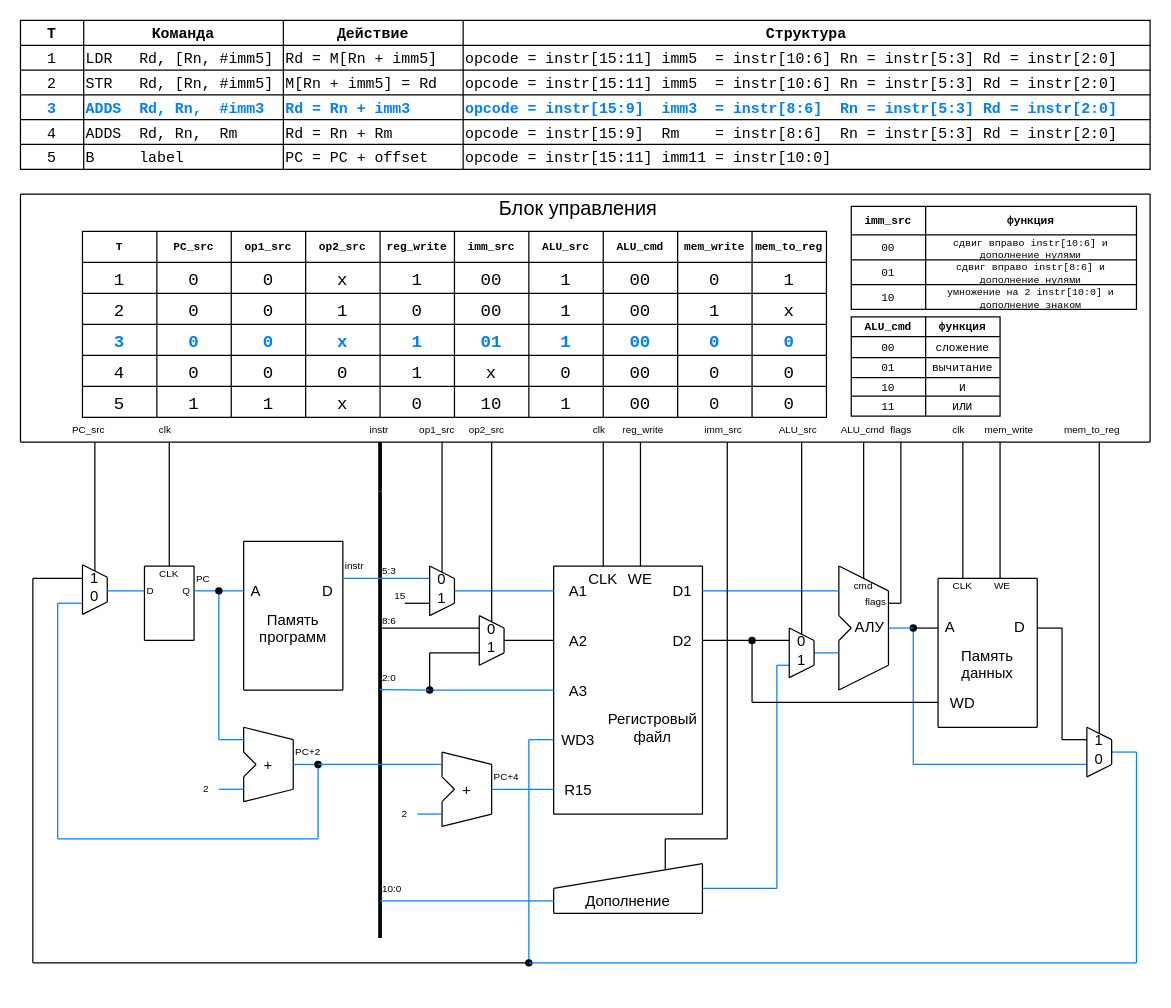
Above: page "T3" (4 of 6) of img/cortex-m0.drawio in smirnovalnik/microprocessor-units-course (draw.io), before the change. Source tidied: cells renumbered, new cells numbered last; positions are measured from the earlier drawing's top-left corner, leaving out a move shared by most shapes. Both pictures are drawn from the tidied source at 124%, with x=0, y=0 at pixel (20, 20).
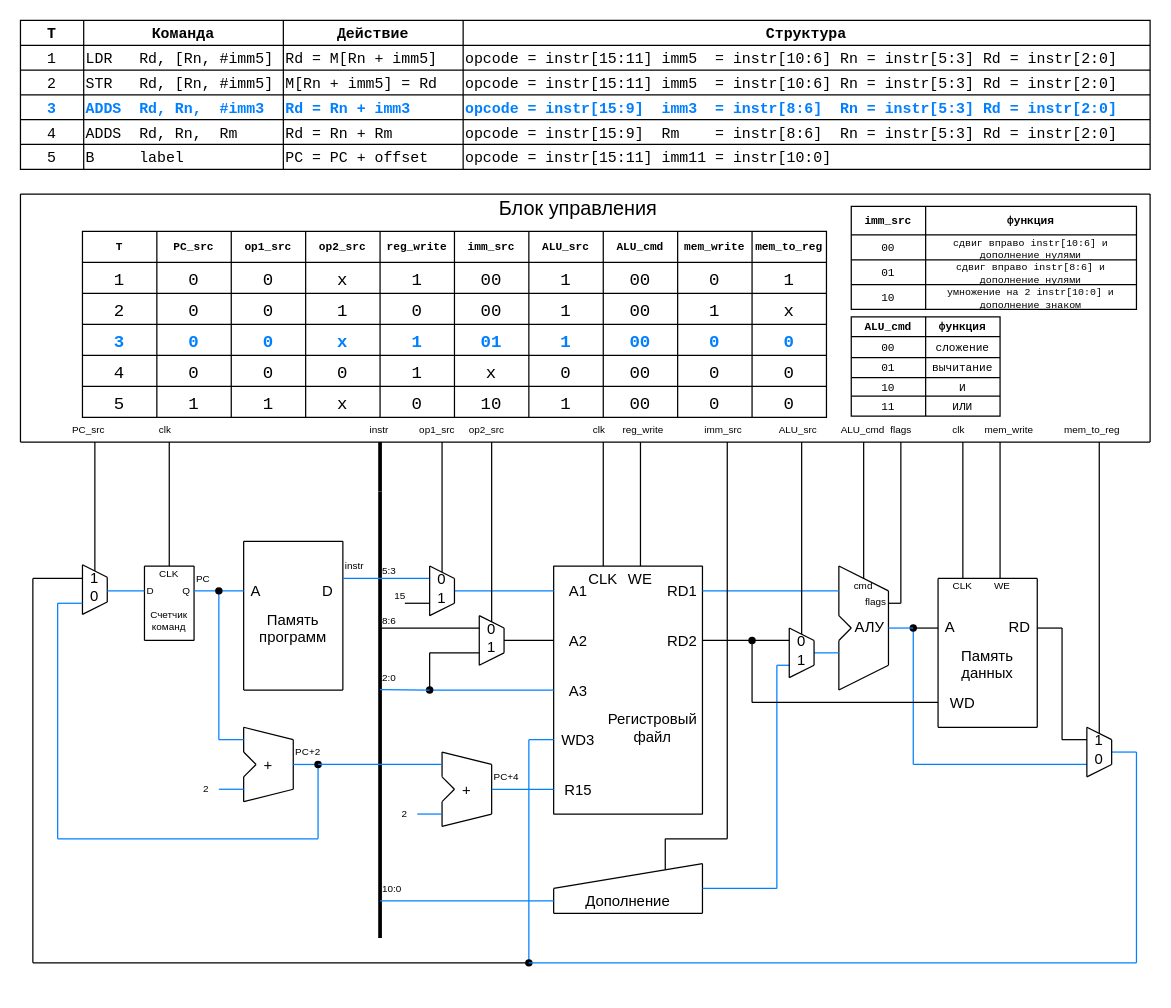
Above is the later version.

The edit, as a diff of the source:
```diff
@@
-    <mxCell id="18" value="D1" style="text;strokeColor=none;fillColor=none;align=center;verticalAlign=middle;rounded=0;" parent="1" vertex="1">
+    <mxCell id="18" value="RD1" style="text;strokeColor=none;fillColor=none;align=center;verticalAlign=middle;rounded=0;" parent="1" vertex="1">
       <mxGeometry x="524" y="450" width="20" height="20" as="geometry" />
     </mxCell>
@@
-    <mxCell id="23" value="D2" style="text;strokeColor=none;fillColor=none;align=center;verticalAlign=middle;rounded=0;" parent="1" vertex="1">
+    <mxCell id="23" value="RD2" style="text;strokeColor=none;fillColor=none;align=center;verticalAlign=middle;rounded=0;" parent="1" vertex="1">
       <mxGeometry x="524" y="490" width="20" height="20" as="geometry" />
     </mxCell>
@@
-    <mxCell id="37" value="D" style="text;strokeColor=none;fillColor=none;align=center;verticalAlign=middle;rounded=0;" parent="1" vertex="1">
+    <mxCell id="37" value="RD" style="text;strokeColor=none;fillColor=none;align=center;verticalAlign=middle;rounded=0;" parent="1" vertex="1">
       <mxGeometry x="796" y="479" width="20" height="20" as="geometry" />
     </mxCell>
@@
+    <mxCell id="340" value="Счетчик&#10;команд" style="text;strokeColor=none;fillColor=none;align=center;verticalAlign=middle;rounded=0;fontSize=8;" parent="1" vertex="1">
+      <mxGeometry x="110" y="474" width="20" height="20" as="geometry" />
+    </mxCell>
```
